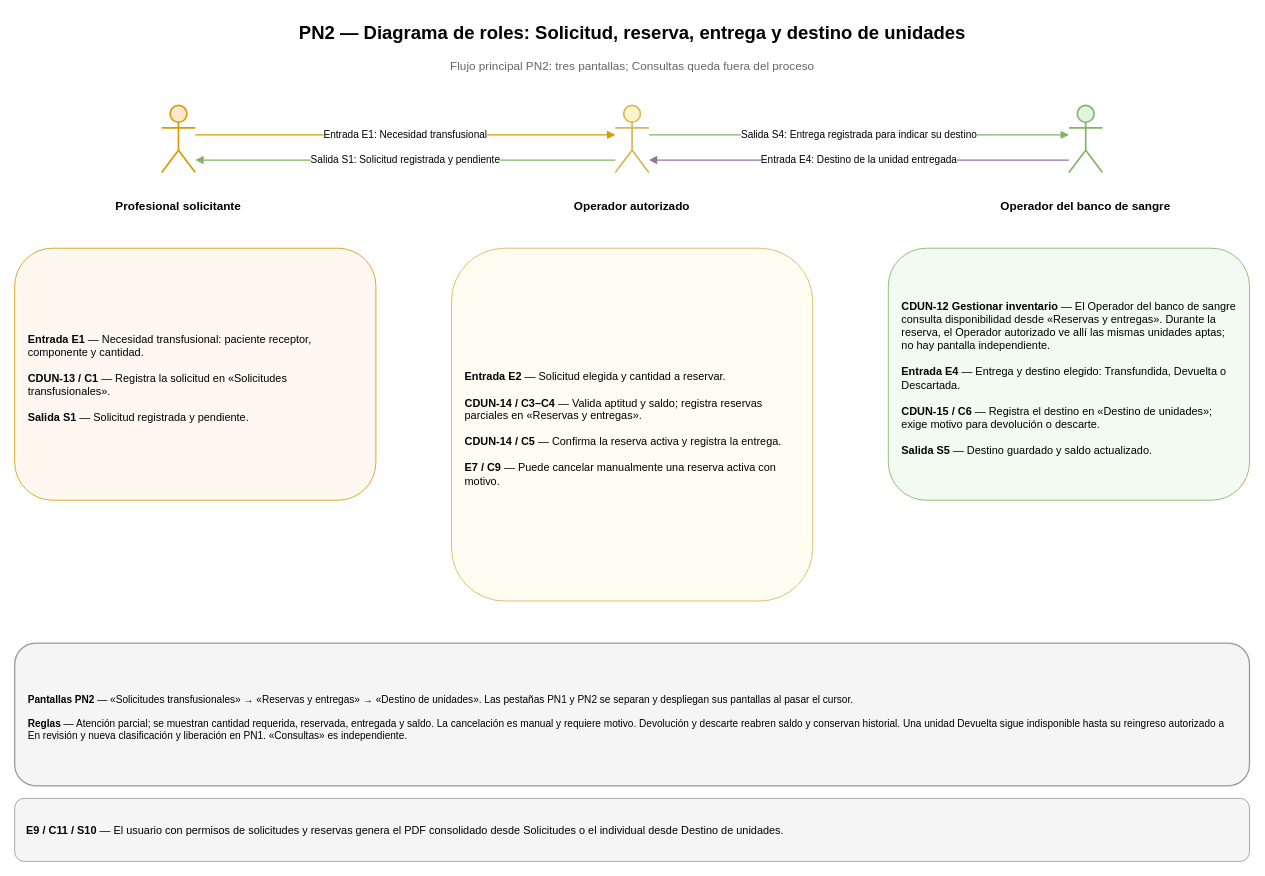
Before: Diagramas/Secuencia de Roles/PN2_DiagramaRoles.drawio in juanNH/Ingenieria-de-Software, a draw.io diagram. Source tidied: cells renumbered, new cells numbered last; positions are measured from the earlier drawing's top-left corner, leaving out a move shared by most shapes. Both pictures are drawn from the tidied source at 84%, with x=0, y=0 at pixel (14, 14).
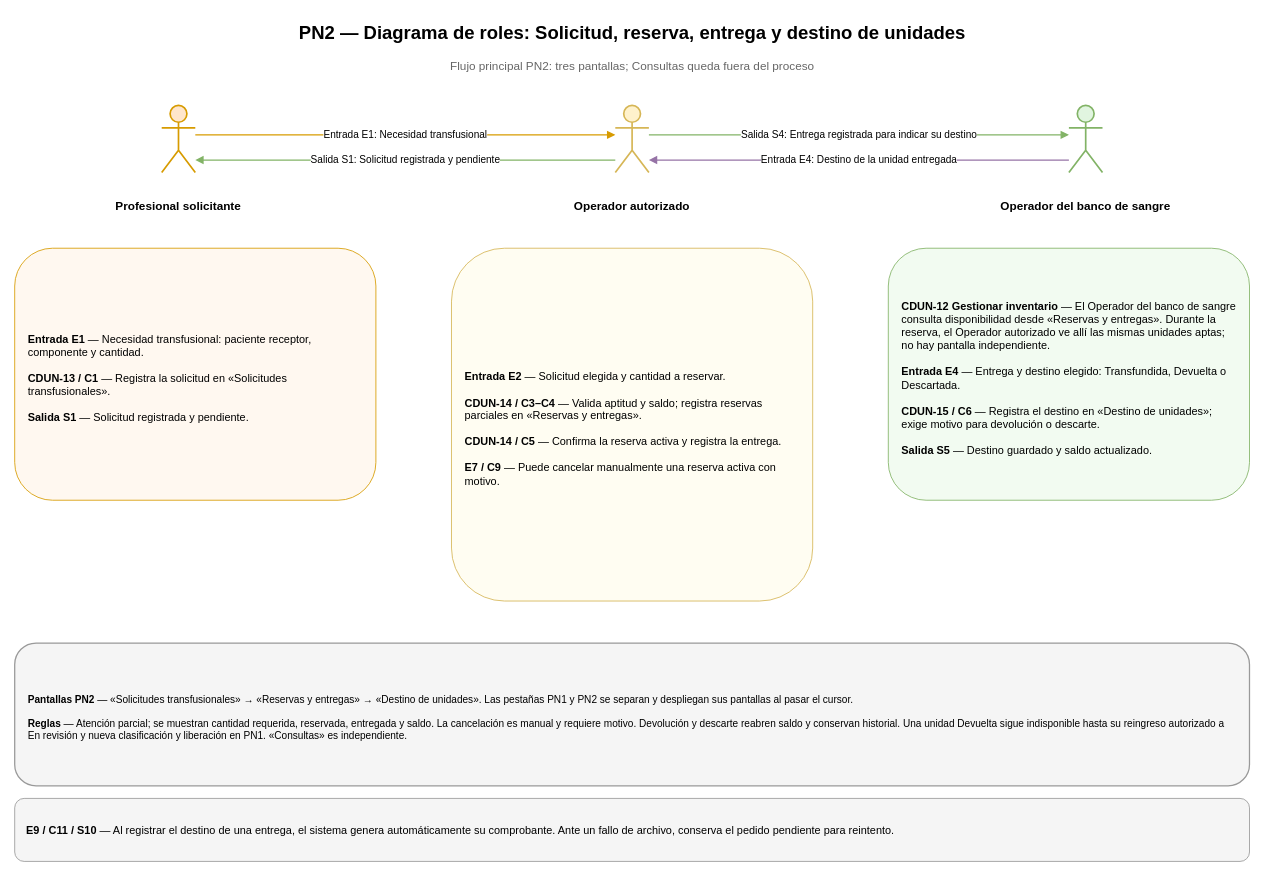
The same page after the edit.

Change to the diagram source:
```diff
@@
-    <mxCell id="18" value="&lt;b&gt;E9 / C11 / S10&lt;/b&gt; — El usuario con permisos de solicitudes y reservas genera el PDF consolidado desde Solicitudes o el individual desde Destino de unidades." style="rounded=1;whiteSpace=wrap;html=1;fillColor=#f5f5f5;strokeColor=#999999;fontSize=13;fontFamily=Arial;align=left;verticalAlign=middle;spacingLeft=12;spacingRight=12;" parent="1" vertex="1">
+    <mxCell id="18" value="&lt;b&gt;E9 / C11 / S10&lt;/b&gt; — Al registrar el destino de una entrega, el sistema genera automáticamente su comprobante. Ante un fallo de archivo, conserva el pedido pendiente para reintento." style="rounded=1;whiteSpace=wrap;html=1;fillColor=#f5f5f5;strokeColor=#999999;fontSize=13;fontFamily=Arial;align=left;verticalAlign=middle;spacingLeft=12;spacingRight=12;" parent="1" vertex="1">
       <mxGeometry y="933" width="1470" height="75" as="geometry" />
     </mxCell>
```
